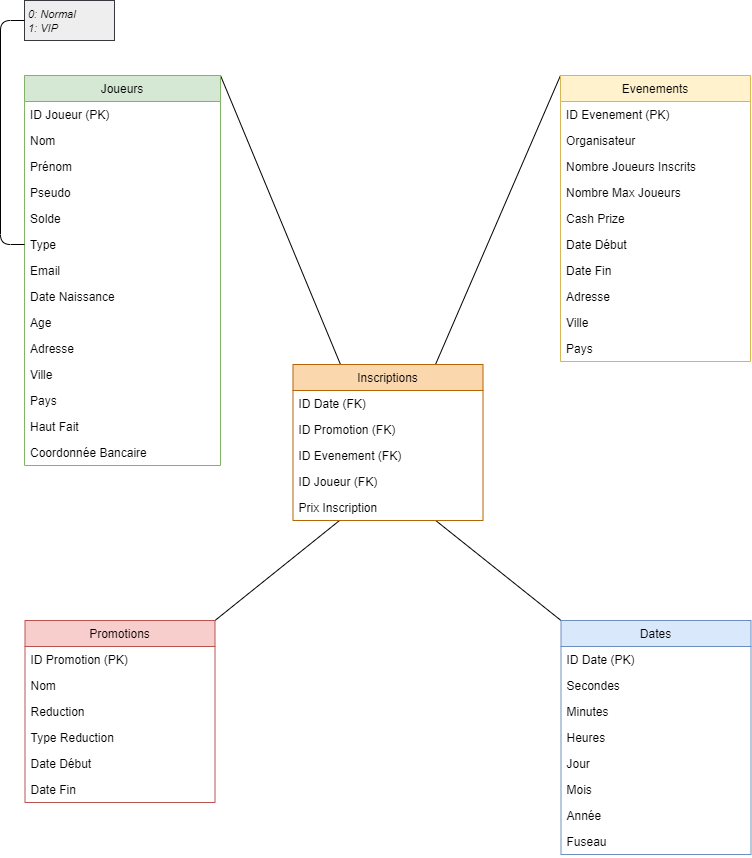
Before: HMIN122M/projet/conception/images/star-detail-inscription.png, a diagram exported from draw.io (DocAmaroo/M1Aigle). Source tidied: cells renumbered, new cells last; positions are measured from the earlier drawing's top-left corner, leaving out a move shared by most shapes.
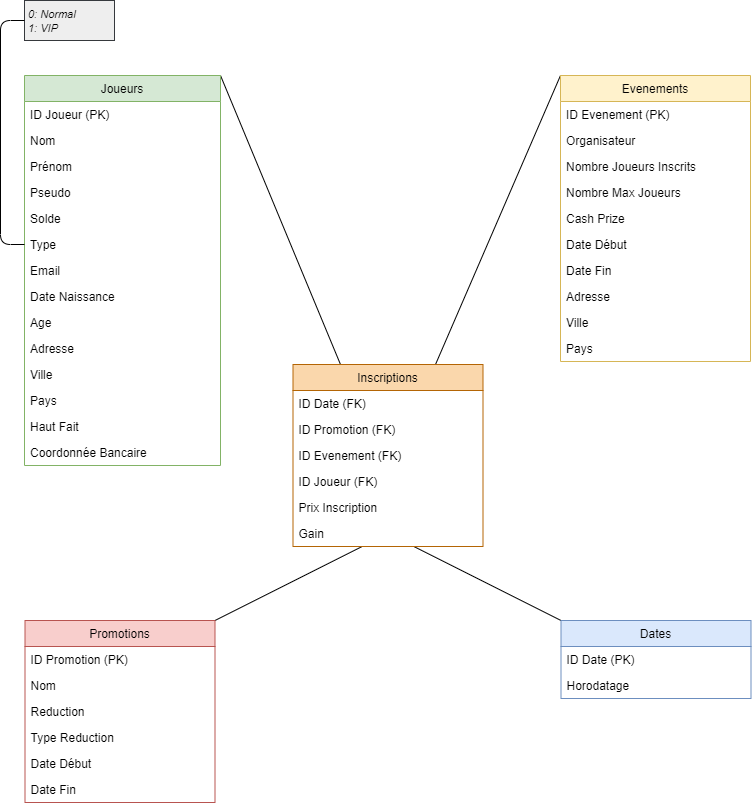
Above is the later version.

Change to the diagram source:
```diff
@@ -8,14 +8,14 @@
     <mxCell id="3" style="rounded=0;jettySize=auto;html=1;exitX=0.75;exitY=0;exitDx=0;exitDy=0;entryX=0;entryY=0;entryDx=0;entryDy=0;endArrow=none;endFill=0;" parent="1" edge="1" source="6" target="27">
       <mxGeometry relative="1" as="geometry" />
     </mxCell>
-    <mxCell id="4" style="rounded=0;jettySize=auto;html=1;entryX=1;entryY=0;entryDx=0;entryDy=0;endArrow=none;endFill=0;exitX=0.245;exitY=1;exitDx=0;exitDy=0;exitPerimeter=0;" parent="1" edge="1" source="11" target="47">
+    <mxCell id="4" style="rounded=0;jettySize=auto;html=1;entryX=1;entryY=0;entryDx=0;entryDy=0;endArrow=none;endFill=0;" parent="1" edge="1" source="56" target="47">
       <mxGeometry relative="1" as="geometry" />
     </mxCell>
-    <mxCell id="5" style="rounded=0;jettySize=auto;html=1;entryX=0;entryY=0;entryDx=0;entryDy=0;endArrow=none;endFill=0;exitX=0.751;exitY=1;exitDx=0;exitDy=0;exitPerimeter=0;" parent="1" edge="1" source="11" target="38">
+    <mxCell id="5" style="rounded=0;jettySize=auto;html=1;entryX=0;entryY=0;entryDx=0;entryDy=0;endArrow=none;endFill=0;" parent="1" edge="1" source="56" target="38">
       <mxGeometry relative="1" as="geometry" />
     </mxCell>
     <mxCell id="6" value="Inscriptions" style="swimlane;fontStyle=0;horizontal=1;startSize=26;fillColor=#fad7ac;strokeColor=#b46504;" parent="1" vertex="1">
-      <mxGeometry x="292.5" y="364" width="190" height="156" as="geometry" />
+      <mxGeometry x="292.5" y="364" width="190" height="182" as="geometry" />
     </mxCell>
     <mxCell id="7" value="ID Date (FK)" style="text;strokeColor=none;fillColor=none;align=left;verticalAlign=top;spacingLeft=4;spacingRight=4;overflow=hidden;" parent="6" vertex="1">
       <mxGeometry y="26" width="190" height="26" as="geometry" />
@@ -32,6 +32,9 @@
     <mxCell id="11" value="Prix Inscription" style="text;strokeColor=none;fillColor=none;align=left;verticalAlign=top;spacingLeft=4;spacingRight=4;overflow=hidden;points=[[0,0.5],[1,0.5]];portConstraint=eastwest;" parent="6" vertex="1">
       <mxGeometry y="130" width="190" height="26" as="geometry" />
     </mxCell>
+    <mxCell id="56" value="Gain" style="text;strokeColor=none;fillColor=none;align=left;verticalAlign=top;spacingLeft=4;spacingRight=4;overflow=hidden;points=[[0,0.5],[1,0.5]];portConstraint=eastwest;" parent="6" vertex="1">
+      <mxGeometry y="156" width="190" height="26" as="geometry" />
+    </mxCell>
     <mxCell id="12" value="Joueurs" style="swimlane;fontStyle=0;horizontal=1;startSize=26;fillColor=#d5e8d4;strokeColor=#82b366;" parent="1" vertex="1">
       <mxGeometry x="24" y="75" width="196" height="390" as="geometry" />
     </mxCell>
@@ -111,32 +114,14 @@
       <mxGeometry y="260" width="190" height="26" as="geometry" />
     </mxCell>
     <mxCell id="38" value="Dates" style="swimlane;fontStyle=0;horizontal=1;startSize=26;fillColor=#dae8fc;strokeColor=#6c8ebf;" parent="1" vertex="1">
-      <mxGeometry x="560.5" y="620" width="190" height="234" as="geometry" />
+      <mxGeometry x="560.5" y="620" width="190" height="78" as="geometry" />
     </mxCell>
     <mxCell id="39" value="ID Date (PK)" style="text;strokeColor=none;fillColor=none;align=left;verticalAlign=top;spacingLeft=4;spacingRight=4;overflow=hidden;" parent="38" vertex="1">
       <mxGeometry y="26" width="190" height="26" as="geometry" />
     </mxCell>
-    <mxCell id="40" value="Secondes" style="text;strokeColor=none;fillColor=none;align=left;verticalAlign=top;spacingLeft=4;spacingRight=4;overflow=hidden;" parent="38" vertex="1">
+    <mxCell id="40" value="Horodatage" style="text;strokeColor=none;fillColor=none;align=left;verticalAlign=top;spacingLeft=4;spacingRight=4;overflow=hidden;" parent="38" vertex="1">
       <mxGeometry y="52" width="190" height="26" as="geometry" />
     </mxCell>
-    <mxCell id="41" value="Minutes" style="text;strokeColor=none;fillColor=none;align=left;verticalAlign=top;spacingLeft=4;spacingRight=4;overflow=hidden;" parent="38" vertex="1">
-      <mxGeometry y="78" width="190" height="26" as="geometry" />
-    </mxCell>
-    <mxCell id="42" value="Heures" style="text;strokeColor=none;fillColor=none;align=left;verticalAlign=top;spacingLeft=4;spacingRight=4;overflow=hidden;" parent="38" vertex="1">
-      <mxGeometry y="104" width="190" height="26" as="geometry" />
-    </mxCell>
-    <mxCell id="43" value="Jour" style="text;strokeColor=none;fillColor=none;align=left;verticalAlign=top;spacingLeft=4;spacingRight=4;overflow=hidden;" parent="38" vertex="1">
-      <mxGeometry y="130" width="190" height="26" as="geometry" />
-    </mxCell>
-    <mxCell id="44" value="Mois" style="text;strokeColor=none;fillColor=none;align=left;verticalAlign=top;spacingLeft=4;spacingRight=4;overflow=hidden;" parent="38" vertex="1">
-      <mxGeometry y="156" width="190" height="26" as="geometry" />
-    </mxCell>
-    <mxCell id="45" value="Année" style="text;strokeColor=none;fillColor=none;align=left;verticalAlign=top;spacingLeft=4;spacingRight=4;overflow=hidden;" parent="38" vertex="1">
-      <mxGeometry y="182" width="190" height="26" as="geometry" />
-    </mxCell>
-    <mxCell id="46" value="Fuseau" style="text;strokeColor=none;fillColor=none;align=left;verticalAlign=top;spacingLeft=4;spacingRight=4;overflow=hidden;" parent="38" vertex="1">
-      <mxGeometry y="208" width="190" height="26" as="geometry" />
-    </mxCell>
     <mxCell id="47" value="Promotions" style="swimlane;fontStyle=0;horizontal=1;startSize=26;fillColor=#f8cecc;strokeColor=#b85450;" parent="1" vertex="1">
       <mxGeometry x="24.5" y="620" width="190" height="182" as="geometry" />
     </mxCell>
```
